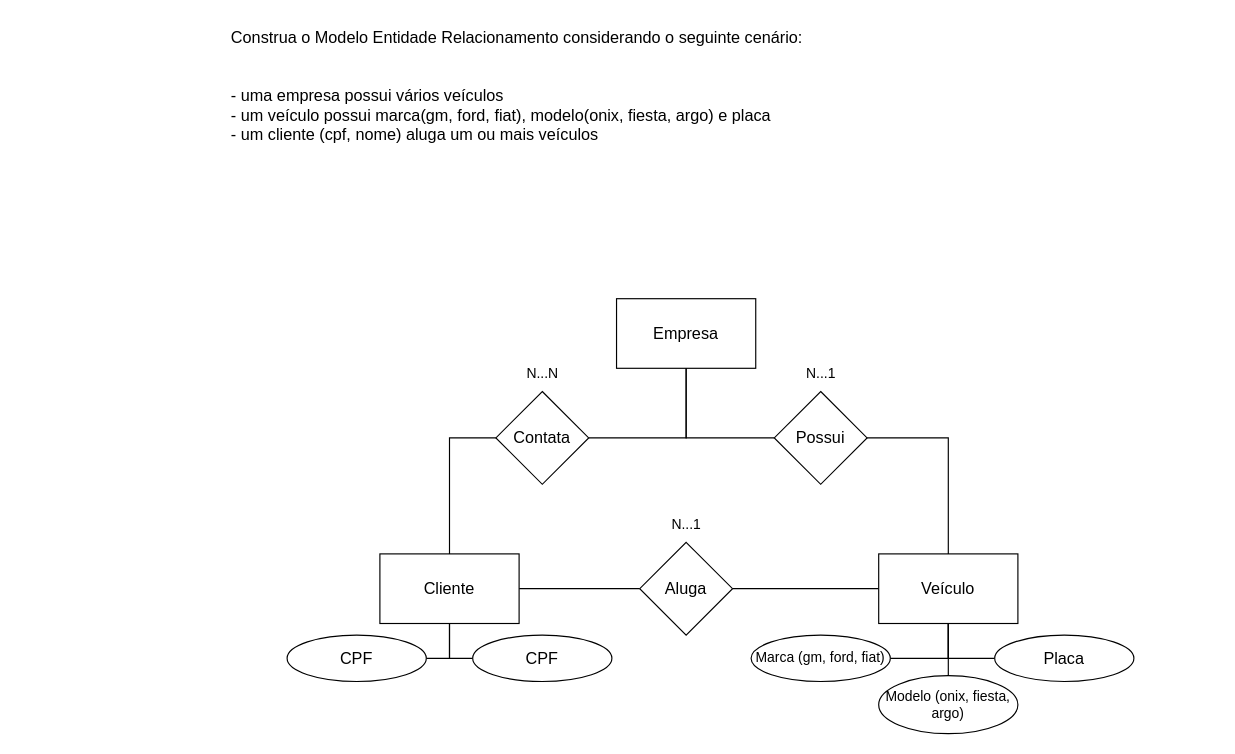
Earlier version of the draw.io diagram 2-Semestre/Banco-De-Dados/MER/exercicios/1_2/ex_1_2.drawio (Murilo-SouzaAlmeida/curso). Source tidied: cells renumbered, new cells numbered last; positions are measured from the earlier drawing's top-left corner, leaving out a move shared by most shapes. Both pictures are drawn from the tidied source at 116%, with x=0, y=0 at pixel (229, 20).
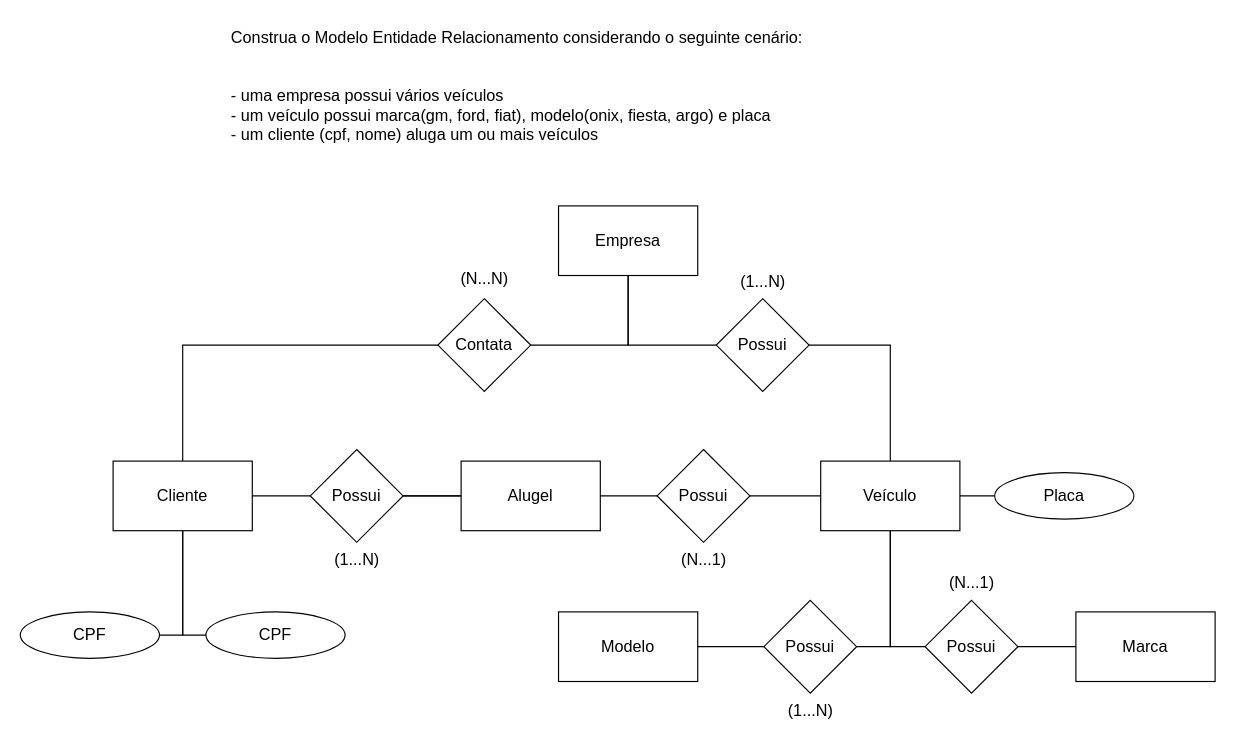
The same page after the edit.

What changed in the source:
```diff
@@
-    <mxCell id="3" style="edgeStyle=orthogonalEdgeStyle;rounded=0;jettySize=auto;html=1;entryX=0;entryY=0.5;entryDx=0;entryDy=0;endArrow=none;endFill=0;" parent="1" edge="1" source="6" target="19">
-      <mxGeometry relative="1" as="geometry" />
-    </mxCell>
@@
     <mxCell id="6" value="&lt;font style=&quot;font-size: 14px;&quot;&gt;Cliente&lt;/font&gt;" style="rounded=0;whiteSpace=wrap;html=1;" parent="1" vertex="1">
-      <mxGeometry x="130" y="460" width="120" height="60" as="geometry" />
+      <mxGeometry x="-100" y="380" width="120" height="60" as="geometry" />
     </mxCell>
     <mxCell id="7" value="&lt;font style=&quot;font-size: 14px;&quot;&gt;Empresa&lt;/font&gt;" style="rounded=0;whiteSpace=wrap;html=1;" parent="1" vertex="1">
-      <mxGeometry x="334" y="240" width="120" height="60" as="geometry" />
+      <mxGeometry x="284" y="160" width="120" height="60" as="geometry" />
     </mxCell>
-    <mxCell id="8" style="edgeStyle=orthogonalEdgeStyle;rounded=0;jettySize=auto;html=1;entryX=1;entryY=0.5;entryDx=0;entryDy=0;endArrow=none;endFill=0;" parent="1" edge="1" source="12" target="19">
+    <mxCell id="8" style="edgeStyle=orthogonalEdgeStyle;rounded=0;jettySize=auto;html=1;entryX=1;entryY=0.5;entryDx=0;entryDy=0;endArrow=none;endFill=0;" parent="1" edge="1" source="40" target="19">
       <mxGeometry relative="1" as="geometry" />
     </mxCell>
-    <mxCell id="9" style="edgeStyle=orthogonalEdgeStyle;rounded=0;jettySize=auto;html=1;exitX=0.5;exitY=1;exitDx=0;exitDy=0;entryX=0.5;entryY=0;entryDx=0;entryDy=0;endArrow=none;endFill=0;" parent="1" edge="1" source="12" target="23">
-      <mxGeometry relative="1" as="geometry" />
-    </mxCell>
-    <mxCell id="10" style="edgeStyle=orthogonalEdgeStyle;rounded=0;jettySize=auto;html=1;exitX=0.5;exitY=1;exitDx=0;exitDy=0;entryX=0;entryY=0.5;entryDx=0;entryDy=0;endArrow=none;endFill=0;" parent="1" edge="1" source="12" target="24">
+    <mxCell id="10" style="edgeStyle=orthogonalEdgeStyle;rounded=0;jettySize=auto;html=1;exitX=1;exitY=0.5;exitDx=0;exitDy=0;entryX=0;entryY=0.5;entryDx=0;entryDy=0;endArrow=none;endFill=0;" parent="1" edge="1" source="12" target="24">
       <mxGeometry relative="1" as="geometry" />
     </mxCell>
-    <mxCell id="11" style="edgeStyle=orthogonalEdgeStyle;rounded=0;jettySize=auto;html=1;exitX=0.5;exitY=1;exitDx=0;exitDy=0;entryX=1;entryY=0.5;entryDx=0;entryDy=0;endArrow=none;endFill=0;" parent="1" edge="1" source="12" target="22">
-      <mxGeometry relative="1" as="geometry" />
-    </mxCell>
+    <mxCell id="28" style="edgeStyle=orthogonalEdgeStyle;rounded=0;jettySize=auto;html=1;entryX=1;entryY=0.5;entryDx=0;entryDy=0;endArrow=none;endFill=0;" parent="1" edge="1" source="12" target="33">
+      <mxGeometry relative="1" as="geometry" />
+    </mxCell>
+    <mxCell id="29" style="edgeStyle=orthogonalEdgeStyle;rounded=0;jettySize=auto;html=1;exitX=0.5;exitY=1;exitDx=0;exitDy=0;entryX=0;entryY=0.5;entryDx=0;entryDy=0;endArrow=none;endFill=0;" parent="1" edge="1" source="12" target="35">
+      <mxGeometry relative="1" as="geometry" />
+    </mxCell>
     <mxCell id="12" value="&lt;font style=&quot;font-size: 14px;&quot;&gt;Veículo&lt;/font&gt;" style="rounded=0;whiteSpace=wrap;html=1;" parent="1" vertex="1">
-      <mxGeometry x="560" y="460" width="120" height="60" as="geometry" />
+      <mxGeometry x="510" y="380" width="120" height="60" as="geometry" />
     </mxCell>
@@
     <mxCell id="15" value="&lt;font style=&quot;font-size: 14px;&quot;&gt;Contata&lt;/font&gt;" style="rhombus;whiteSpace=wrap;html=1;" parent="1" vertex="1">
-      <mxGeometry x="230" y="320" width="80" height="80" as="geometry" />
+      <mxGeometry x="180" y="240" width="80" height="80" as="geometry" />
     </mxCell>
@@
     <mxCell id="18" value="&lt;font style=&quot;font-size: 14px;&quot;&gt;Possui&lt;/font&gt;" style="rhombus;whiteSpace=wrap;html=1;" parent="1" vertex="1">
-      <mxGeometry x="470" y="320" width="80" height="80" as="geometry" />
+      <mxGeometry x="420" y="240" width="80" height="80" as="geometry" />
     </mxCell>
-    <mxCell id="19" value="&lt;font style=&quot;font-size: 14px;&quot;&gt;Aluga&lt;/font&gt;" style="rhombus;whiteSpace=wrap;html=1;" parent="1" vertex="1">
-      <mxGeometry x="354" y="450" width="80" height="80" as="geometry" />
-    </mxCell>
     <mxCell id="20" value="&lt;font style=&quot;font-size: 14px;&quot;&gt;CPF&lt;/font&gt;" style="ellipse;whiteSpace=wrap;html=1;" parent="1" vertex="1">
-      <mxGeometry x="50" y="530" width="120" height="40" as="geometry" />
+      <mxGeometry x="-180" y="510" width="120" height="40" as="geometry" />
     </mxCell>
     <mxCell id="21" value="&lt;font style=&quot;font-size: 14px;&quot;&gt;CPF&lt;/font&gt;" style="ellipse;whiteSpace=wrap;html=1;" parent="1" vertex="1">
-      <mxGeometry x="210" y="530" width="120" height="40" as="geometry" />
+      <mxGeometry x="-20" y="510" width="120" height="40" as="geometry" />
     </mxCell>
-    <mxCell id="22" value="&lt;font style=&quot;font-size: 12px;&quot;&gt;Marca (gm, ford, fiat)&lt;/font&gt;" style="ellipse;whiteSpace=wrap;html=1;" parent="1" vertex="1">
-      <mxGeometry x="450" y="530" width="120" height="40" as="geometry" />
-    </mxCell>
-    <mxCell id="23" value="&lt;font style=&quot;font-size: 12px;&quot;&gt;Modelo (onix, fiesta, argo)&lt;/font&gt;" style="ellipse;whiteSpace=wrap;html=1;" parent="1" vertex="1">
-      <mxGeometry x="560" y="565" width="120" height="50" as="geometry" />
-    </mxCell>
     <mxCell id="24" value="&lt;font style=&quot;font-size: 14px;&quot;&gt;Placa&lt;/font&gt;" style="ellipse;whiteSpace=wrap;html=1;" parent="1" vertex="1">
-      <mxGeometry x="660" y="530" width="120" height="40" as="geometry" />
+      <mxGeometry x="660" y="390" width="120" height="40" as="geometry" />
     </mxCell>
-    <mxCell id="25" value="N...N" style="text;html=1;align=center;verticalAlign=middle;strokeColor=none;fillColor=none;" parent="1" vertex="1">
-      <mxGeometry x="245" y="290" width="50" height="30" as="geometry" />
-    </mxCell>
-    <mxCell id="26" value="N...1" style="text;html=1;align=center;verticalAlign=middle;strokeColor=none;fillColor=none;" parent="1" vertex="1">
-      <mxGeometry x="485" y="290" width="50" height="30" as="geometry" />
-    </mxCell>
-    <mxCell id="27" value="N...1" style="text;html=1;align=center;verticalAlign=middle;strokeColor=none;fillColor=none;" parent="1" vertex="1">
-      <mxGeometry x="369" y="420" width="50" height="30" as="geometry" />
-    </mxCell>
+    <mxCell id="30" value="&lt;font style=&quot;font-size: 14px;&quot;&gt;Modelo&lt;/font&gt;" style="rounded=0;whiteSpace=wrap;html=1;" parent="1" vertex="1">
+      <mxGeometry x="284" y="510" width="120" height="60" as="geometry" />
+    </mxCell>
+    <mxCell id="31" value="&lt;span style=&quot;font-size: 14px;&quot;&gt;Marca&lt;/span&gt;" style="rounded=0;whiteSpace=wrap;html=1;" parent="1" vertex="1">
+      <mxGeometry x="730" y="510" width="120" height="60" as="geometry" />
+    </mxCell>
+    <mxCell id="32" style="edgeStyle=orthogonalEdgeStyle;rounded=0;jettySize=auto;html=1;exitX=0;exitY=0.5;exitDx=0;exitDy=0;entryX=1;entryY=0.5;entryDx=0;entryDy=0;endArrow=none;endFill=0;" parent="1" edge="1" source="33" target="30">
+      <mxGeometry relative="1" as="geometry" />
+    </mxCell>
+    <mxCell id="33" value="&lt;font style=&quot;font-size: 14px;&quot;&gt;Possui&lt;/font&gt;" style="rhombus;whiteSpace=wrap;html=1;" parent="1" vertex="1">
+      <mxGeometry x="461" y="500" width="80" height="80" as="geometry" />
+    </mxCell>
+    <mxCell id="34" style="edgeStyle=orthogonalEdgeStyle;rounded=0;jettySize=auto;html=1;exitX=1;exitY=0.5;exitDx=0;exitDy=0;entryX=0;entryY=0.5;entryDx=0;entryDy=0;endArrow=none;endFill=0;" parent="1" edge="1" source="35" target="31">
+      <mxGeometry relative="1" as="geometry" />
+    </mxCell>
+    <mxCell id="35" value="&lt;font style=&quot;font-size: 14px;&quot;&gt;Possui&lt;/font&gt;" style="rhombus;whiteSpace=wrap;html=1;" parent="1" vertex="1">
+      <mxGeometry x="600" y="500" width="80" height="80" as="geometry" />
+    </mxCell>
+    <mxCell id="36" style="edgeStyle=orthogonalEdgeStyle;rounded=0;jettySize=auto;html=1;entryX=0;entryY=0.5;entryDx=0;entryDy=0;endArrow=none;endFill=0;" parent="1" edge="1" source="19" target="40">
+      <mxGeometry relative="1" as="geometry" />
+    </mxCell>
+    <mxCell id="3" style="edgeStyle=orthogonalEdgeStyle;rounded=0;jettySize=auto;html=1;entryX=0;entryY=0.5;entryDx=0;entryDy=0;endArrow=none;endFill=0;" parent="1" edge="1" source="6" target="19">
+      <mxGeometry relative="1" as="geometry" />
+    </mxCell>
+    <mxCell id="19" value="&lt;font style=&quot;font-size: 14px;&quot;&gt;Possui&lt;/font&gt;" style="rhombus;whiteSpace=wrap;html=1;" parent="1" vertex="1">
+      <mxGeometry x="70" y="370" width="80" height="80" as="geometry" />
+    </mxCell>
+    <mxCell id="37" style="edgeStyle=orthogonalEdgeStyle;rounded=0;jettySize=auto;html=1;exitX=0;exitY=0.5;exitDx=0;exitDy=0;entryX=1;entryY=0.5;entryDx=0;entryDy=0;endArrow=none;endFill=0;" parent="1" edge="1" source="39" target="40">
+      <mxGeometry relative="1" as="geometry" />
+    </mxCell>
+    <mxCell id="38" style="edgeStyle=orthogonalEdgeStyle;rounded=0;jettySize=auto;html=1;exitX=1;exitY=0.5;exitDx=0;exitDy=0;entryX=0;entryY=0.5;entryDx=0;entryDy=0;endArrow=none;endFill=0;" parent="1" edge="1" source="39" target="12">
+      <mxGeometry relative="1" as="geometry" />
+    </mxCell>
+    <mxCell id="39" value="&lt;font style=&quot;font-size: 14px;&quot;&gt;Possui&lt;/font&gt;" style="rhombus;whiteSpace=wrap;html=1;" parent="1" vertex="1">
+      <mxGeometry x="369" y="370" width="80" height="80" as="geometry" />
+    </mxCell>
+    <mxCell id="40" value="&lt;font style=&quot;font-size: 14px;&quot;&gt;Alugel&lt;/font&gt;" style="rounded=0;whiteSpace=wrap;html=1;" parent="1" vertex="1">
+      <mxGeometry x="200" y="380" width="120" height="60" as="geometry" />
+    </mxCell>
+    <mxCell id="41" value="&lt;font style=&quot;font-size: 14px;&quot;&gt;(N...1)&lt;/font&gt;" style="text;html=1;align=center;verticalAlign=middle;strokeColor=none;fillColor=none;" parent="1" vertex="1">
+      <mxGeometry x="379" y="450" width="60" height="30" as="geometry" />
+    </mxCell>
+    <mxCell id="42" value="&lt;font style=&quot;font-size: 14px;&quot;&gt;(1...N)&lt;/font&gt;" style="text;html=1;align=center;verticalAlign=middle;strokeColor=none;fillColor=none;" parent="1" vertex="1">
+      <mxGeometry x="80" y="450" width="60" height="30" as="geometry" />
+    </mxCell>
+    <mxCell id="43" value="&lt;font style=&quot;font-size: 14px;&quot;&gt;(1...N)&lt;/font&gt;" style="text;html=1;align=center;verticalAlign=middle;strokeColor=none;fillColor=none;" parent="1" vertex="1">
+      <mxGeometry x="430" y="210" width="60" height="30" as="geometry" />
+    </mxCell>
+    <mxCell id="44" value="&lt;font style=&quot;font-size: 14px;&quot;&gt;(N...N)&lt;/font&gt;" style="text;html=1;align=center;verticalAlign=middle;strokeColor=none;fillColor=none;" parent="1" vertex="1">
+      <mxGeometry x="190" y="208" width="60" height="30" as="geometry" />
+    </mxCell>
+    <mxCell id="45" value="&lt;font style=&quot;font-size: 14px;&quot;&gt;(N...1)&lt;/font&gt;" style="text;html=1;align=center;verticalAlign=middle;strokeColor=none;fillColor=none;" parent="1" vertex="1">
+      <mxGeometry x="610" y="470" width="60" height="30" as="geometry" />
+    </mxCell>
+    <mxCell id="46" value="&lt;font style=&quot;font-size: 14px;&quot;&gt;(1...N)&lt;/font&gt;" style="text;html=1;align=center;verticalAlign=middle;strokeColor=none;fillColor=none;" parent="1" vertex="1">
+      <mxGeometry x="471" y="580" width="60" height="30" as="geometry" />
+    </mxCell>
```
